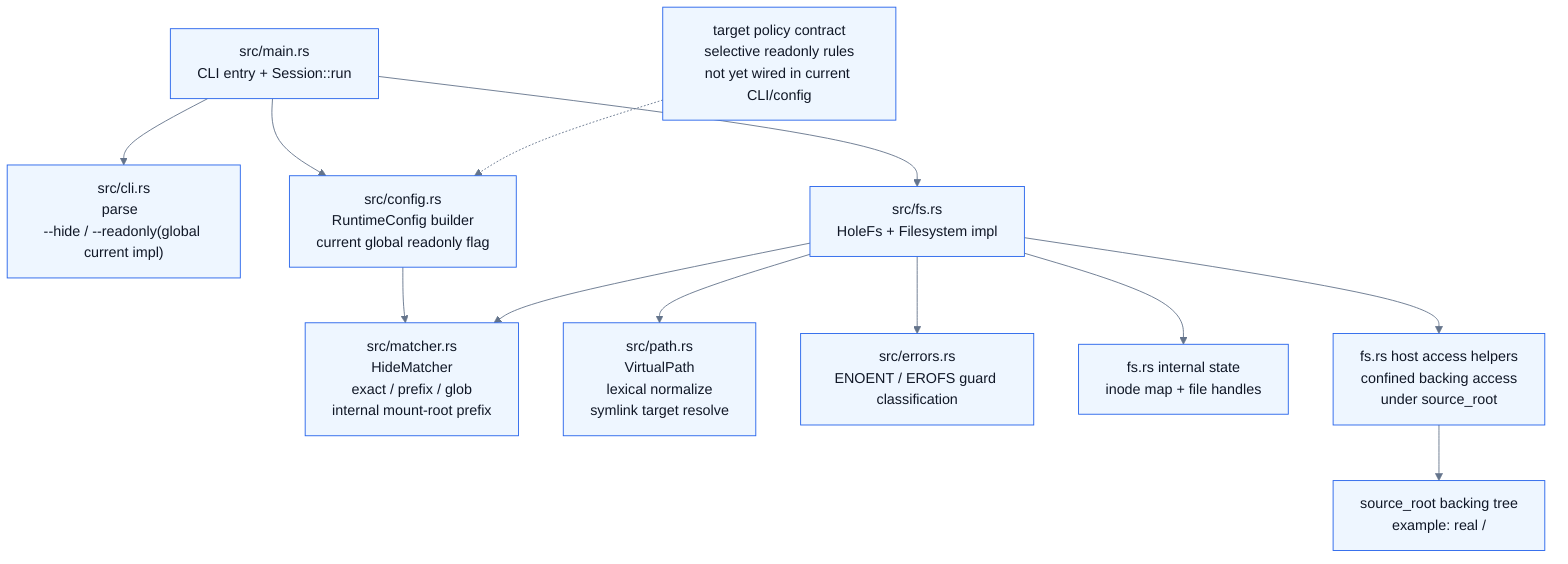
This is docs/diagrams/module-architecture.png from spi-ca/screenfs, a Mermaid export, as it was before one commit. Its source is kept beside it as docs/diagrams/module-architecture.mmd.
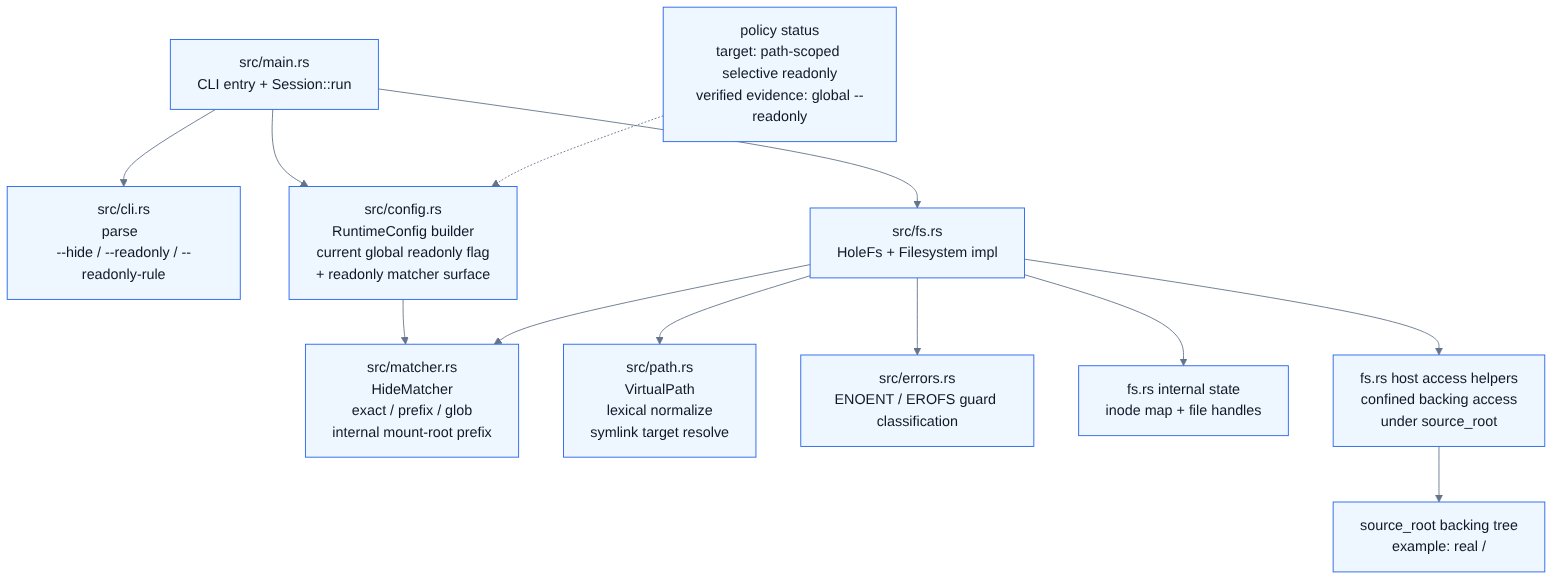
After the commit.

Commit message:
docs: 모듈 다이어그램 상태를 동기화

The edit, as a diff of the source:
```diff
@@ -1,6 +1,6 @@
 flowchart TD
-    main["src/main.rs\nCLI entry + Session::run"] --> cli["src/cli.rs\nparse <source-root> <mount-root>\n--hide / --readonly(global current impl)"]
-    main --> config["src/config.rs\nRuntimeConfig builder\ncurrent global readonly flag"]
+    main["src/main.rs\nCLI entry + Session::run"] --> cli["src/cli.rs\nparse <source-root> <mount-root>\n--hide / --readonly / --readonly-rule"]
+    main --> config["src/config.rs\nRuntimeConfig builder\ncurrent global readonly flag\n+ readonly matcher surface"]
     config --> matcher["src/matcher.rs\nHideMatcher\nexact / prefix / glob\ninternal mount-root prefix"]
     main --> fs["src/fs.rs\nHoleFs + Filesystem impl"]
     fs --> path["src/path.rs\nVirtualPath\nlexical normalize\nsymlink target resolve"]
@@ -8,6 +8,6 @@
     fs --> errors["src/errors.rs\nENOENT / EROFS guard classification"]
     fs --> state["fs.rs internal state\ninode map + file handles"]
     fs --> host["fs.rs host access helpers\nconfined backing access\nunder source_root"]
-    target["target policy contract\nselective readonly rules\nnot yet wired in current CLI/config"] -.-> config
+    target["policy status\ntarget: path-scoped selective readonly\nverified evidence: global --readonly"] -.-> config
 
     host --> source["source_root backing tree\nexample: real /"]
```
